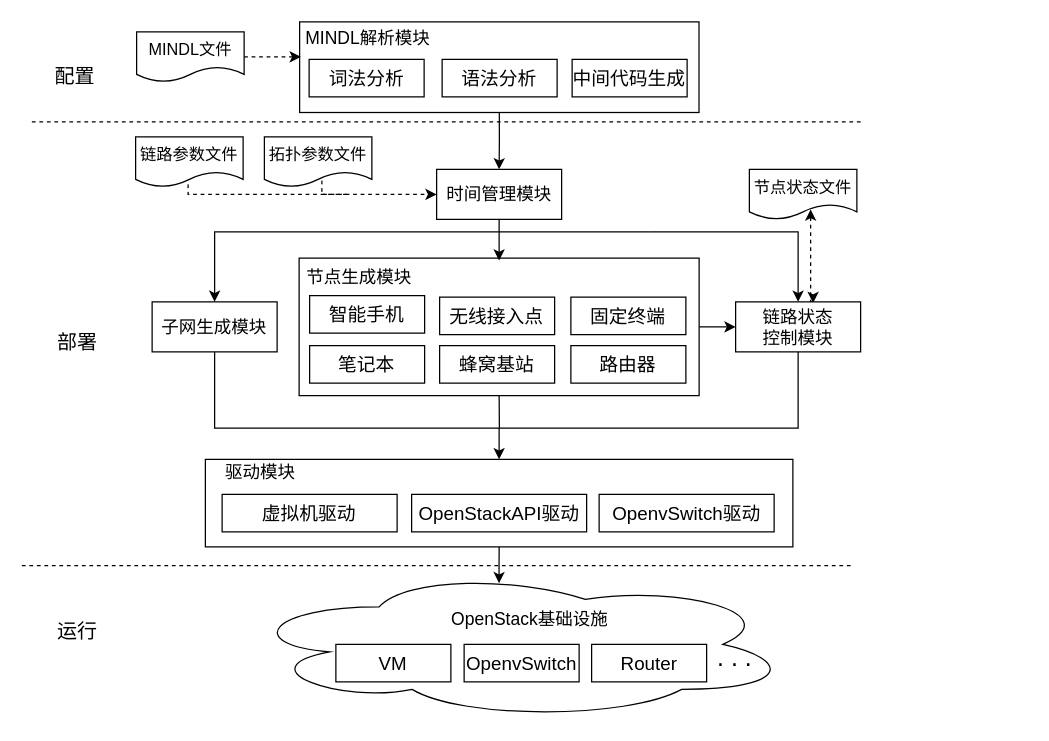
Above: page "原型系统架构" (1 of 4) of 网络仿真系统.drawio in Icarus1994/neutron_conf (draw.io), before the change. Source tidied: cells renumbered, new cells numbered last; positions are measured from the earlier drawing's top-left corner, leaving out a move shared by most shapes. Both pictures are drawn from the tidied source at 125%, with x=0, y=0 at pixel (21, 21).
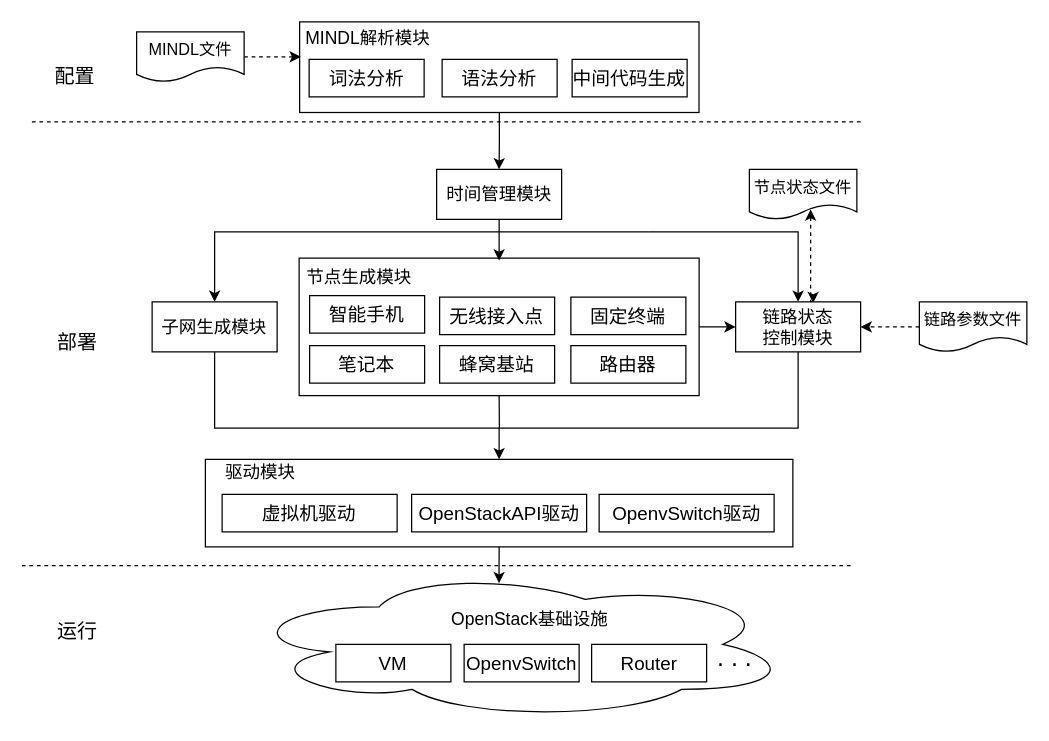
The same diagram, later.

The change refers to these unchanged cells:
```xml
<mxCell id="27" value="时间管理模块" style="rounded=0;whiteSpace=wrap;html=1;fontSize=14;" parent="1" vertex="1">
  <mxGeometry x="331.8" y="118" width="100" height="40" as="geometry" />
</mxCell>
<mxCell id="30" value="链路状态&lt;br&gt;控制模块" style="rounded=0;whiteSpace=wrap;html=1;fontSize=14;" parent="1" vertex="1">
  <mxGeometry x="571" y="224" width="100" height="40" as="geometry" />
</mxCell>
```

Change to the diagram source:
```diff
@@
-    <mxCell id="12" style="edgeStyle=orthogonalEdgeStyle;rounded=0;jettySize=auto;html=1;exitX=0.488;exitY=0.95;exitDx=0;exitDy=0;dashed=1;fontSize=13;endArrow=none;endFill=0;exitPerimeter=0;" parent="1" edge="1" source="13">
-      <mxGeometry relative="1" as="geometry">
-        <mxPoint x="260" y="138" as="targetPoint" />
-        <Array as="points">
-          <mxPoint x="133" y="138" />
-        </Array>
-      </mxGeometry>
-    </mxCell>
+    <mxCell id="52" style="edgeStyle=orthogonalEdgeStyle;rounded=0;jettySize=auto;html=1;exitX=0;exitY=0.5;exitDx=0;exitDy=0;entryX=1;entryY=0.5;entryDx=0;entryDy=0;dashed=1;" parent="1" edge="1" source="13" target="30">
+      <mxGeometry relative="1" as="geometry" />
+    </mxCell>
     <mxCell id="13" value="链路参数文件" style="shape=document;whiteSpace=wrap;html=1;boundedLbl=1;fontSize=13;" parent="1" vertex="1">
-      <mxGeometry x="91" y="92" width="86" height="40" as="geometry" />
+      <mxGeometry x="718" y="224" width="86" height="40" as="geometry" />
     </mxCell>
@@
-    <mxCell id="16" style="edgeStyle=orthogonalEdgeStyle;rounded=0;jettySize=auto;html=1;exitX=0.535;exitY=0.875;exitDx=0;exitDy=0;entryX=0;entryY=0.5;entryDx=0;entryDy=0;dashed=1;fontSize=13;exitPerimeter=0;" parent="1" edge="1" source="17" target="27">
-      <mxGeometry relative="1" as="geometry">
-        <Array as="points">
-          <mxPoint x="240" y="138" />
-        </Array>
-      </mxGeometry>
-    </mxCell>
-    <mxCell id="17" value="拓扑参数文件" style="shape=document;whiteSpace=wrap;html=1;boundedLbl=1;fontSize=13;" parent="1" vertex="1">
-      <mxGeometry x="194" y="92" width="86" height="40" as="geometry" />
-    </mxCell>
```
